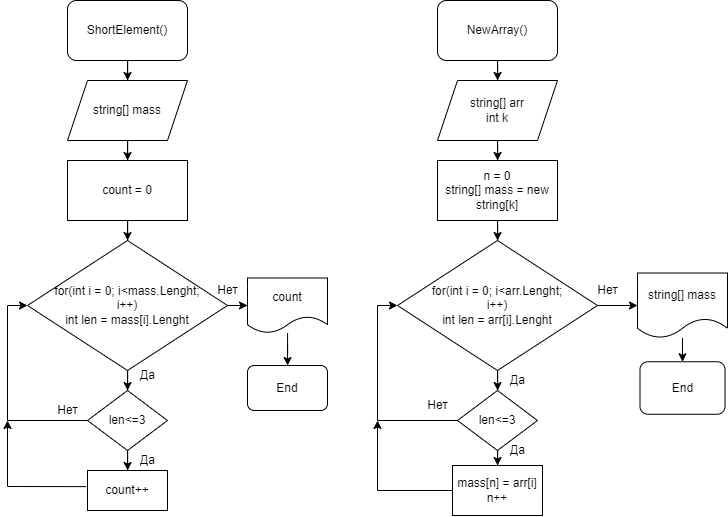
Earlier version of the draw.io export diag2.png (NVZhukov/finalwork). Source tidied: cells renumbered, new cells last; positions are measured from the earlier drawing's top-left corner, leaving out a move shared by most shapes.
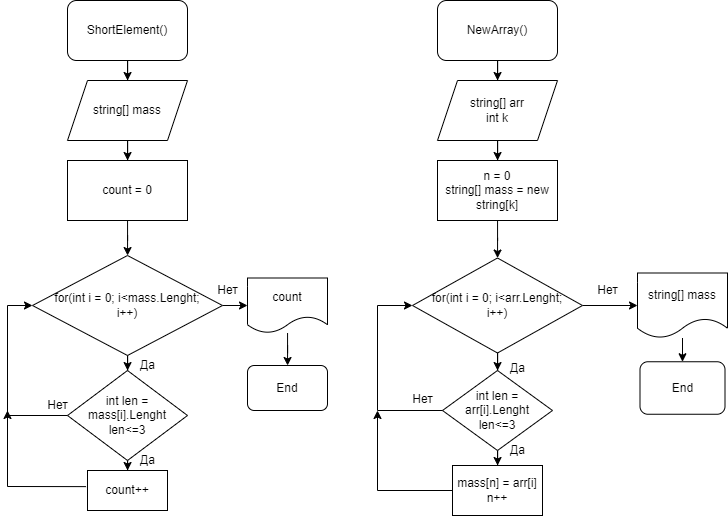
The same file after the commit.

Change to the diagram source:
```diff
@@ -26,20 +26,20 @@
     <mxCell id="9" style="edgeStyle=orthogonalEdgeStyle;rounded=0;jettySize=auto;html=1;" parent="1" edge="1" source="10" target="20">
       <mxGeometry relative="1" as="geometry" />
     </mxCell>
-    <mxCell id="10" value="for(int i = 0; i&amp;lt;mass.Lenght;&lt;br&gt;i++)&lt;br&gt;int len = mass[i].Lenght" style="rhombus;whiteSpace=wrap;html=1;" parent="1" vertex="1">
-      <mxGeometry x="20" y="240" width="200" height="130" as="geometry" />
+    <mxCell id="10" value="for(int i = 0; i&amp;lt;mass.Lenght;&lt;br&gt;i++)&lt;br&gt;" style="rhombus;whiteSpace=wrap;html=1;" parent="1" vertex="1">
+      <mxGeometry x="25" y="255" width="190" height="100" as="geometry" />
     </mxCell>
     <mxCell id="11" style="edgeStyle=orthogonalEdgeStyle;rounded=0;jettySize=auto;html=1;" parent="1" edge="1" source="12" target="13">
       <mxGeometry relative="1" as="geometry" />
     </mxCell>
-    <mxCell id="12" value="len&amp;lt;=3" style="rhombus;whiteSpace=wrap;html=1;" parent="1" vertex="1">
-      <mxGeometry x="80" y="390" width="80" height="60" as="geometry" />
+    <mxCell id="12" value="int len = mass[i].Lenght&lt;br&gt;len&amp;lt;=3" style="rhombus;whiteSpace=wrap;html=1;" parent="1" vertex="1">
+      <mxGeometry x="60" y="370" width="120" height="90" as="geometry" />
     </mxCell>
     <mxCell id="13" value="count++" style="rounded=0;whiteSpace=wrap;html=1;" parent="1" vertex="1">
       <mxGeometry x="80" y="470" width="80" height="40" as="geometry" />
     </mxCell>
     <mxCell id="14" value="Да" style="text;html=1;align=center;verticalAlign=middle;strokeColor=none;fillColor=none;" parent="1" vertex="1">
-      <mxGeometry x="120" y="360" width="40" height="30" as="geometry" />
+      <mxGeometry x="120" y="350" width="40" height="30" as="geometry" />
     </mxCell>
     <mxCell id="15" value="Да" style="text;html=1;align=center;verticalAlign=middle;strokeColor=none;fillColor=none;" parent="1" vertex="1">
       <mxGeometry x="120" y="445" width="40" height="30" as="geometry" />
@@ -47,17 +47,17 @@
     <mxCell id="16" style="endArrow=classic;html=1;rounded=0;exitX=0;exitY=0.5;exitDx=0;exitDy=0;entryX=0;entryY=0.5;entryDx=0;entryDy=0;" parent="1" edge="1" source="12" target="10">
       <mxGeometry relative="1" as="geometry">
         <Array as="points">
-          <mxPoint y="420" />
+          <mxPoint y="415" />
           <mxPoint y="305" />
         </Array>
       </mxGeometry>
     </mxCell>
     <mxCell id="17" value="Нет" style="text;html=1;align=center;verticalAlign=middle;strokeColor=none;fillColor=none;" parent="1" vertex="1">
-      <mxGeometry x="40" y="395" width="40" height="30" as="geometry" />
+      <mxGeometry x="30" y="390" width="40" height="30" as="geometry" />
     </mxCell>
     <mxCell id="18" style="endArrow=classic;html=1;rounded=0;exitX=-0.018;exitY=0.403;exitDx=0;exitDy=0;exitPerimeter=0;" parent="1" edge="1" source="13">
       <mxGeometry relative="1" as="geometry">
-        <mxPoint y="420" as="targetPoint" />
+        <mxPoint y="410" as="targetPoint" />
         <Array as="points">
           <mxPoint y="486" />
         </Array>
@@ -96,42 +96,42 @@
     <mxCell id="29" style="edgeStyle=orthogonalEdgeStyle;rounded=0;jettySize=auto;html=1;" parent="1" edge="1" source="30" target="41">
       <mxGeometry relative="1" as="geometry" />
     </mxCell>
-    <mxCell id="30" value="for(int i = 0; i&amp;lt;arr.Lenght;&lt;br&gt;i++)&lt;br&gt;int len = arr[i].Lenght" style="rhombus;whiteSpace=wrap;html=1;" parent="1" vertex="1">
-      <mxGeometry x="390" y="240" width="200" height="130" as="geometry" />
+    <mxCell id="30" value="for(int i = 0; i&amp;lt;arr.Lenght;&lt;br&gt;i++)&lt;br&gt;" style="rhombus;whiteSpace=wrap;html=1;" parent="1" vertex="1">
+      <mxGeometry x="405" y="257.5" width="170" height="95" as="geometry" />
     </mxCell>
     <mxCell id="31" style="edgeStyle=orthogonalEdgeStyle;rounded=0;jettySize=auto;html=1;" parent="1" edge="1" source="32" target="33">
       <mxGeometry relative="1" as="geometry" />
     </mxCell>
-    <mxCell id="32" value="len&amp;lt;=3" style="rhombus;whiteSpace=wrap;html=1;" parent="1" vertex="1">
-      <mxGeometry x="450" y="390" width="80" height="60" as="geometry" />
+    <mxCell id="32" value="int len = arr[i].Lenght&lt;br&gt;len&amp;lt;=3" style="rhombus;whiteSpace=wrap;html=1;" parent="1" vertex="1">
+      <mxGeometry x="435" y="370" width="110" height="80" as="geometry" />
     </mxCell>
     <mxCell id="33" value="mass[n] = arr[i]&lt;br&gt;n++" style="rounded=0;whiteSpace=wrap;html=1;" parent="1" vertex="1">
       <mxGeometry x="445" y="465" width="90" height="50" as="geometry" />
     </mxCell>
     <mxCell id="34" value="Да" style="text;html=1;align=center;verticalAlign=middle;strokeColor=none;fillColor=none;" parent="1" vertex="1">
-      <mxGeometry x="490" y="365" width="40" height="30" as="geometry" />
+      <mxGeometry x="490" y="352.5" width="40" height="30" as="geometry" />
     </mxCell>
     <mxCell id="35" value="Да" style="text;html=1;align=center;verticalAlign=middle;strokeColor=none;fillColor=none;" parent="1" vertex="1">
       <mxGeometry x="490" y="435" width="40" height="30" as="geometry" />
     </mxCell>
     <mxCell id="36" style="endArrow=classic;html=1;rounded=0;entryX=0;entryY=0.5;entryDx=0;entryDy=0;" parent="1" edge="1" target="30">
       <mxGeometry relative="1" as="geometry">
-        <mxPoint x="450" y="420" as="sourcePoint" />
+        <mxPoint x="435" y="410" as="sourcePoint" />
         <Array as="points">
-          <mxPoint x="370" y="420" />
+          <mxPoint x="370" y="410" />
           <mxPoint x="370" y="305" />
         </Array>
       </mxGeometry>
     </mxCell>
     <mxCell id="37" value="Нет" style="text;html=1;align=center;verticalAlign=middle;strokeColor=none;fillColor=none;" parent="1" vertex="1">
-      <mxGeometry x="410" y="390" width="40" height="30" as="geometry" />
+      <mxGeometry x="395" y="383.8" width="40" height="30" as="geometry" />
     </mxCell>
     <mxCell id="38" value="Нет" style="text;html=1;align=center;verticalAlign=middle;strokeColor=none;fillColor=none;" parent="1" vertex="1">
       <mxGeometry x="200" y="275" width="40" height="30" as="geometry" />
     </mxCell>
     <mxCell id="39" style="endArrow=classic;html=1;rounded=0;exitX=0;exitY=0.5;exitDx=0;exitDy=0;" parent="1" edge="1" source="33">
       <mxGeometry relative="1" as="geometry">
-        <mxPoint x="370" y="420" as="targetPoint" />
+        <mxPoint x="370" y="410" as="targetPoint" />
         <Array as="points">
           <mxPoint x="370" y="490" />
         </Array>
```
